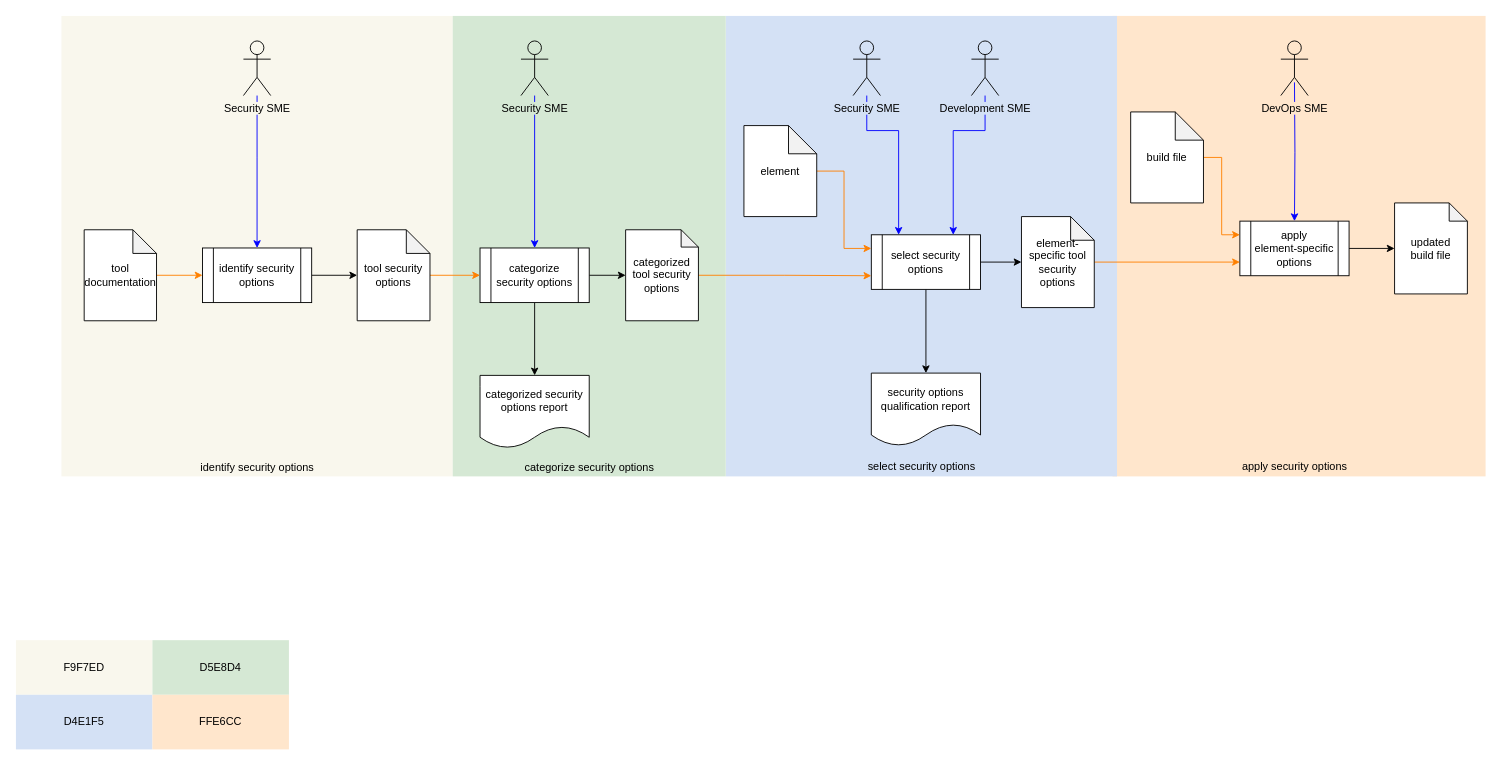
Before: source/reference_documents/secondary_documents/implementation phase/Secure Settings Document/images/source/secure settings document workflow.drawio in AVCDL/AVCDL, a draw.io diagram. Source tidied: cells renumbered, new cells numbered last; positions are measured from the earlier drawing's top-left corner, leaving out a move shared by most shapes. Both pictures are drawn from the tidied source at 91%, with x=0, y=0 at pixel (15, 15).
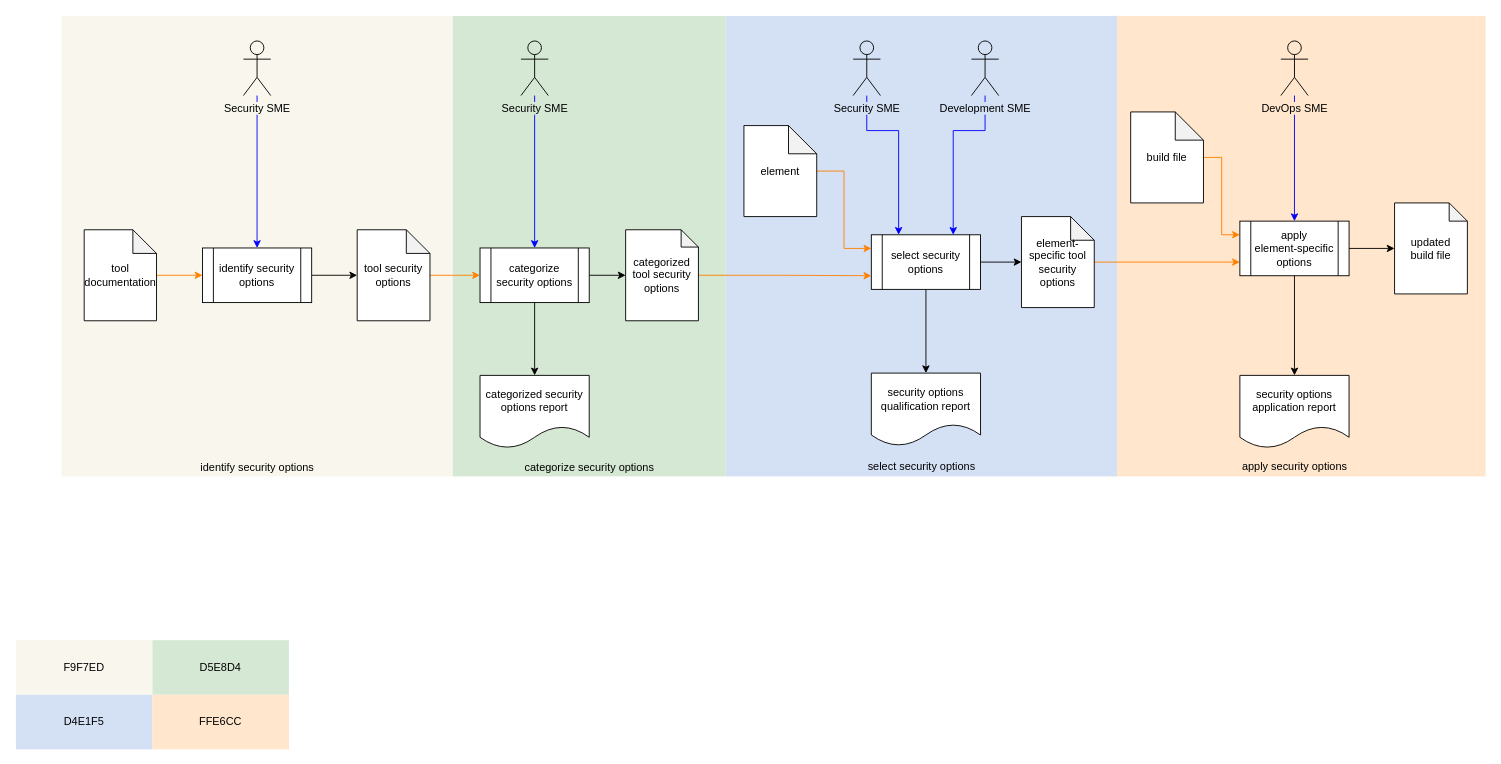
Above is the later version.

Commit message (it also covers changes not shown here):
added the Secure Settings - Select Options Procedure tertiary document / updated the Secure Settings Document secondary document

Unchanged cells that the change refers to:
```xml
<mxCell id="21" value="apply&lt;br&gt;element-specific options" style="shape=process;whiteSpace=wrap;html=1;backgroundOutline=1;" parent="1" vertex="1">
  <mxGeometry x="1345" y="225.5" width="120" height="60" as="geometry" />
</mxCell>
<mxCell id="42" value="&lt;span style=&quot;background-color: rgb(255 , 230 , 204)&quot;&gt;DevOps SME&lt;/span&gt;" style="shape=umlActor;verticalLabelPosition=bottom;verticalAlign=top;html=1;outlineConnect=0;fillColor=none;" parent="1" vertex="1">
  <mxGeometry x="1390" y="27.5" width="30" height="60" as="geometry" />
</mxCell>
```

The edit, as a diff of the source:
```diff
@@
-    <mxCell id="23" style="edgeStyle=orthogonalEdgeStyle;rounded=0;jettySize=auto;html=1;entryX=0.5;entryY=0;entryDx=0;entryDy=0;strokeColor=#0000FF;" parent="1" edge="1" target="21">
-      <mxGeometry relative="1" as="geometry">
-        <mxPoint x="1405" y="73" as="sourcePoint" />
-      </mxGeometry>
-    </mxCell>
@@
+    <mxCell id="49" style="edgeStyle=orthogonalEdgeStyle;rounded=0;jettySize=auto;html=1;entryX=0.5;entryY=0;entryDx=0;entryDy=0;strokeColor=#0000FF;" parent="1" edge="1" source="42" target="21">
+      <mxGeometry relative="1" as="geometry" />
+    </mxCell>
@@
+    <mxCell id="50" style="edgeStyle=orthogonalEdgeStyle;rounded=0;jettySize=auto;html=1;exitX=0.5;exitY=1;exitDx=0;exitDy=0;entryX=0.5;entryY=0;entryDx=0;entryDy=0;" parent="1" edge="1" source="21" target="51">
+      <mxGeometry relative="1" as="geometry" />
+    </mxCell>
+    <mxCell id="51" value="security options application report" style="shape=document;whiteSpace=wrap;html=1;boundedLbl=1;" parent="1" vertex="1">
+      <mxGeometry x="1345" y="395" width="120" height="80" as="geometry" />
+    </mxCell>
```
